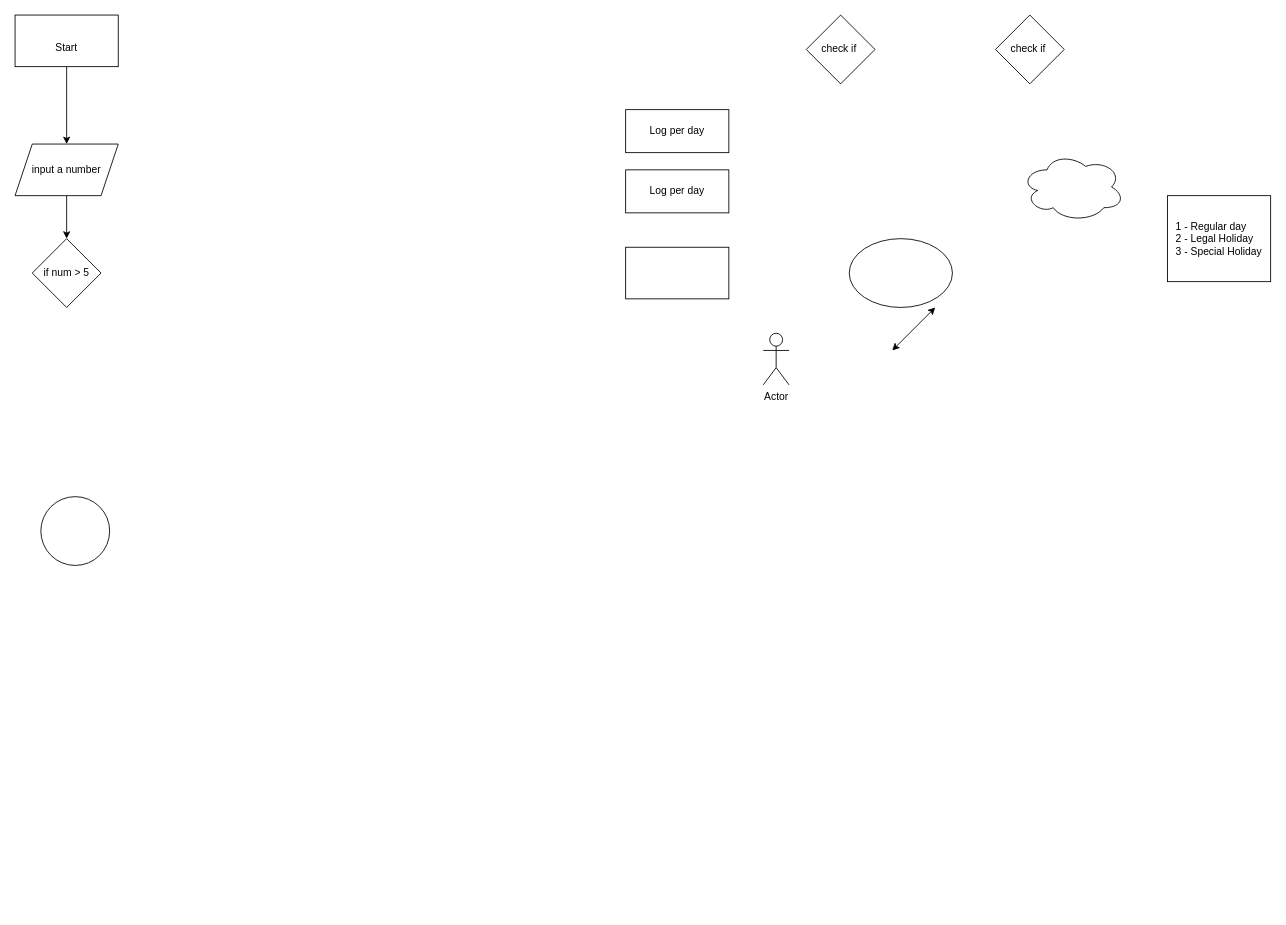
This is kmcc/Untitled Diagram.drawio from genmancoder/systems-diagrams, a draw.io file, before an edit. Source tidied: cells renumbered, new cells numbered last; positions are measured from the earlier drawing's top-left corner, leaving out a move shared by most shapes. Both pictures are drawn from the tidied source at 86%, with x=0, y=0 at pixel (15, 15).
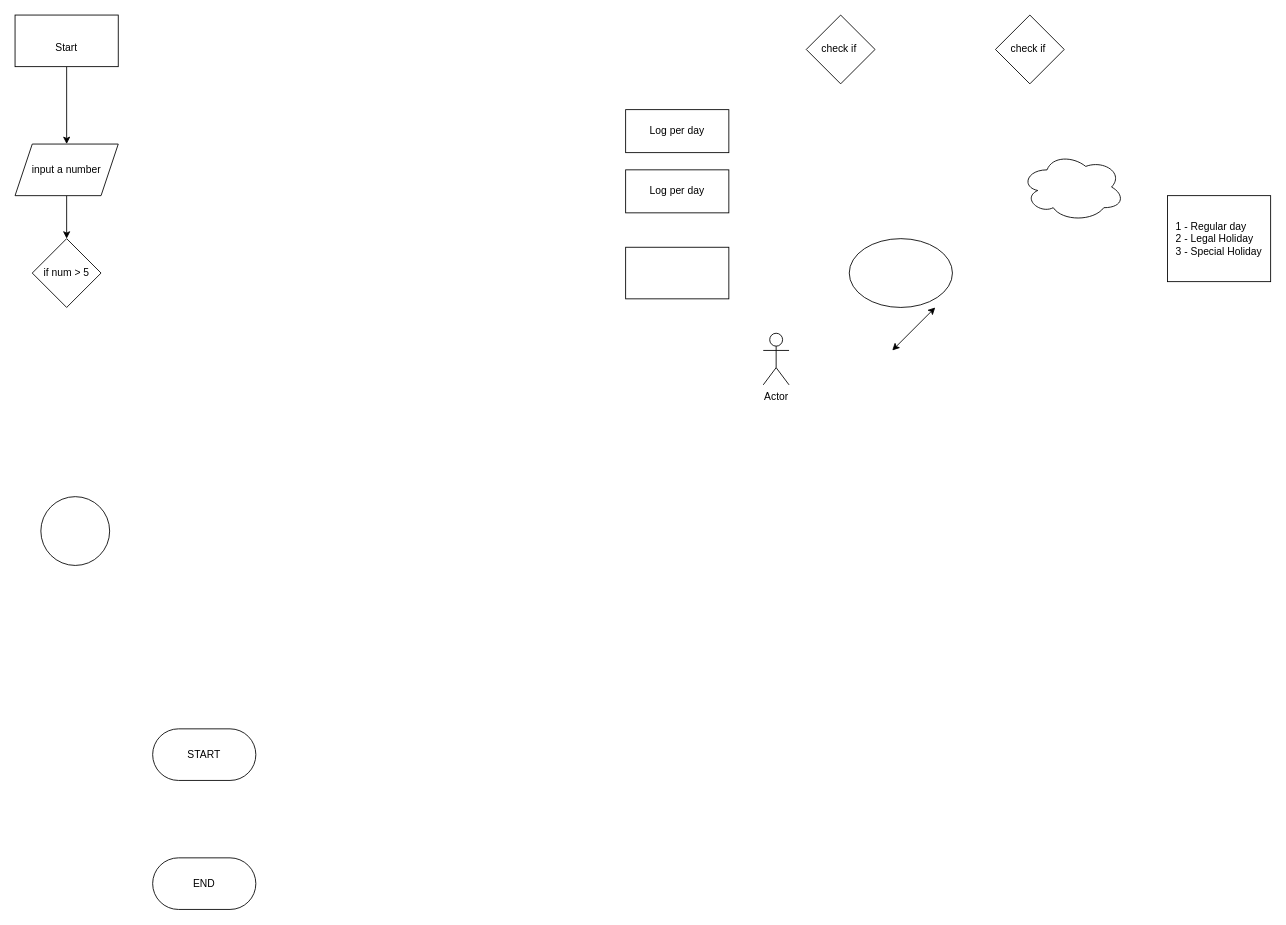
After the change.

Diff of the diagram source:
```diff
@@
+    <mxCell id="18" value="START" style="rounded=1;whiteSpace=wrap;html=1;arcSize=50;" parent="1" vertex="1">
+      <mxGeometry x="160" y="830" width="120" height="60" as="geometry" />
+    </mxCell>
+    <mxCell id="19" value="END" style="rounded=1;whiteSpace=wrap;html=1;arcSize=50;" parent="1" vertex="1">
+      <mxGeometry x="160" y="980" width="120" height="60" as="geometry" />
+    </mxCell>
```
